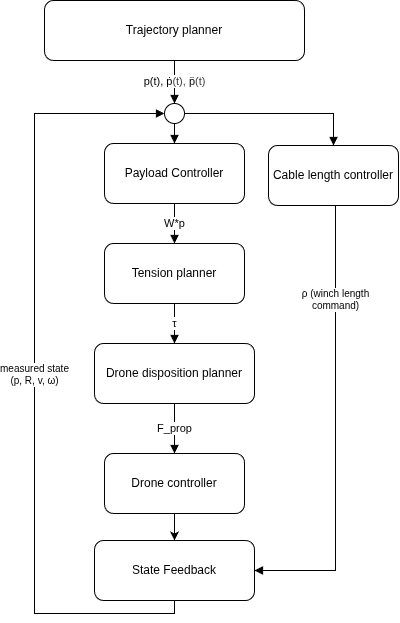
Before: images/diagrams/control_scheme.png, a diagram exported from draw.io (chiarabuono/ACTS-report). Source tidied: cells renumbered, new cells last; positions are measured from the earlier drawing's top-left corner, leaving out a move shared by most shapes.
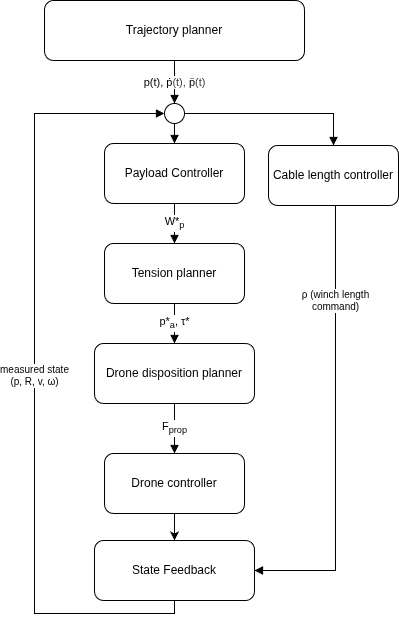
After the commit.

Change to the diagram source:
```diff
@@ -38,13 +38,13 @@
     <mxCell id="13" style="edgeStyle=orthogonalEdgeStyle;rounded=0;html=1;endArrow=block;endFill=1;exitX=0.5;exitY=1;entryX=0.5;entryY=0;exitDx=0;exitDy=0;" parent="1" edge="1" source="3" target="5">
       <mxGeometry relative="1" as="geometry" />
     </mxCell>
-    <mxCell id="14" value="W*p" style="edgeStyle=orthogonalEdgeStyle;rounded=0;html=1;endArrow=block;endFill=1;fontSize=11;exitX=0.5;exitY=1;entryX=0.5;entryY=0;exitDx=0;exitDy=0;entryDx=0;entryDy=0;" parent="1" edge="1" source="5" target="6">
+    <mxCell id="14" value="W*&lt;sub&gt;p&lt;/sub&gt;" style="edgeStyle=orthogonalEdgeStyle;rounded=0;html=1;endArrow=block;endFill=1;fontSize=11;exitX=0.5;exitY=1;entryX=0.5;entryY=0;exitDx=0;exitDy=0;entryDx=0;entryDy=0;" parent="1" edge="1" source="5" target="6">
       <mxGeometry relative="1" as="geometry" />
     </mxCell>
-    <mxCell id="15" value="τ" style="edgeStyle=orthogonalEdgeStyle;rounded=0;html=1;endArrow=block;endFill=1;fontSize=11;" parent="1" edge="1" source="6" target="7">
+    <mxCell id="15" value="p*&lt;sub&gt;a&lt;/sub&gt;, τ*" style="edgeStyle=orthogonalEdgeStyle;rounded=0;html=1;endArrow=block;endFill=1;fontSize=11;" parent="1" edge="1" source="6" target="7">
       <mxGeometry relative="1" as="geometry" />
     </mxCell>
-    <mxCell id="16" value="F_prop" style="edgeStyle=orthogonalEdgeStyle;rounded=0;html=1;endArrow=block;endFill=1;fontSize=11;" parent="1" edge="1" source="7" target="9">
+    <mxCell id="16" value="F&lt;sub&gt;prop&lt;/sub&gt;" style="edgeStyle=orthogonalEdgeStyle;rounded=0;html=1;endArrow=block;endFill=1;fontSize=11;" parent="1" edge="1" source="7" target="9">
       <mxGeometry relative="1" as="geometry" />
     </mxCell>
     <mxCell id="17" value="ρ (winch length&#10;command)" style="edgeStyle=orthogonalEdgeStyle;rounded=0;html=1;endArrow=block;endFill=1;fontSize=10;exitX=0.5;exitY=1;entryX=1;entryY=0.5;entryDx=0;entryDy=0;exitDx=0;exitDy=0;" parent="1" edge="1" source="4" target="10">
```
